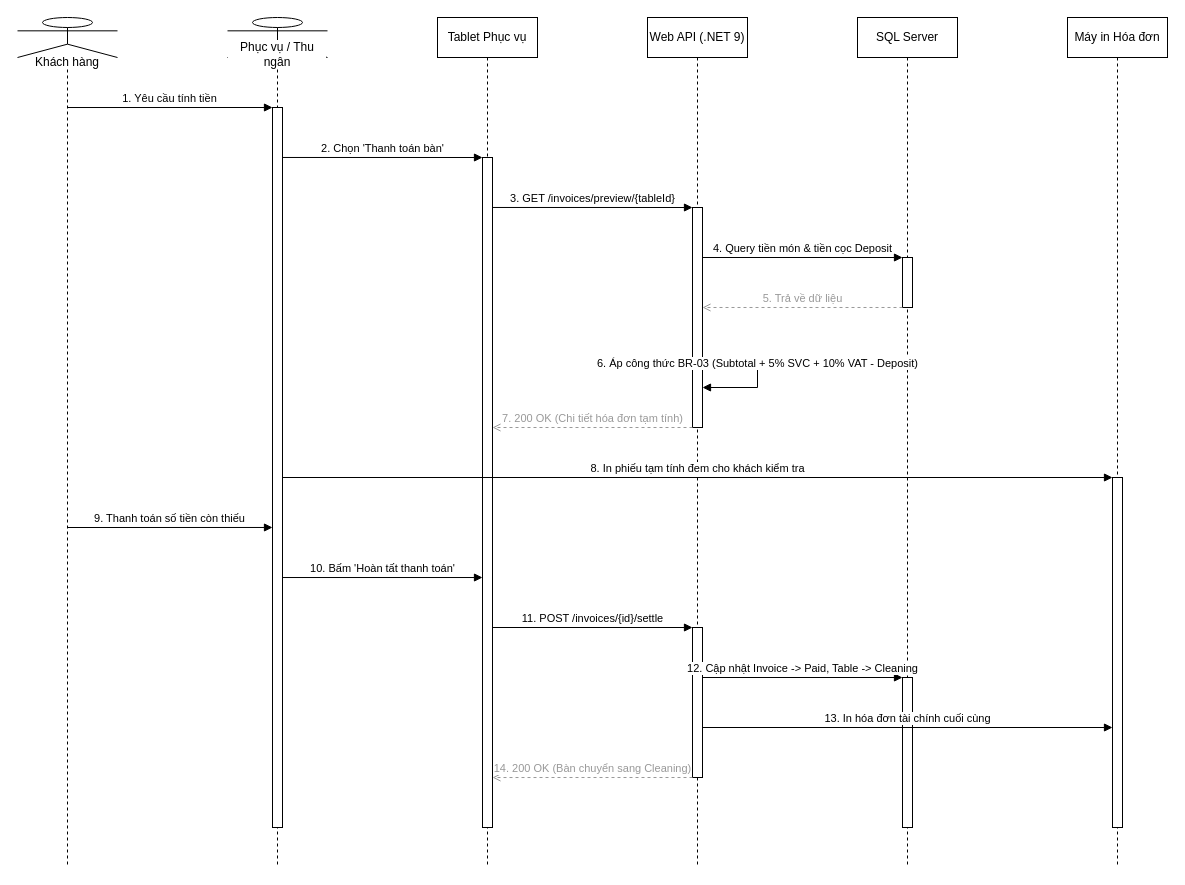
The draw.io diagram docs/phase1/drawio/sd04_invoice_settlement.drawio in AndrewQng/VinDining, before the edit. Source tidied: cells renumbered, new cells numbered last; positions are measured from the earlier drawing's top-left corner, leaving out a move shared by most shapes. Both pictures are drawn from the tidied source at 100%, with x=0, y=0 at pixel (17, 17).
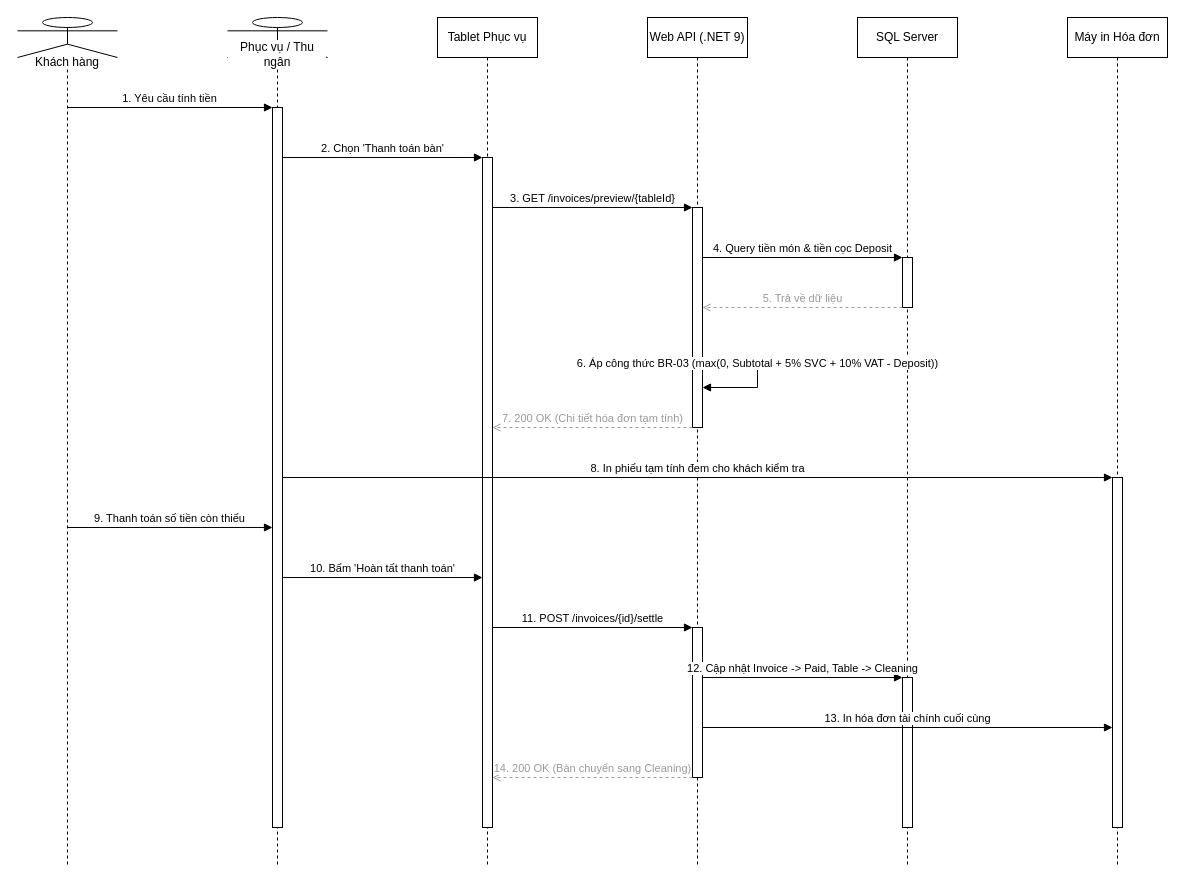
The same page after the edit.

The change refers to these unchanged cells:
```xml
<mxCell id="9" style="html=1;points=[];perimeter=orthogonalPerimeter;outlineConnect=0;fillColor=#ffffff;" parent="5" vertex="1">
  <mxGeometry x="45" y="190" width="10" height="220" as="geometry" />
</mxCell>
```

The edit, as a diff of the source:
```diff
@@
-    <mxCell id="20" value="6. Áp công thức BR-03 (Subtotal + 5% SVC + 10% VAT - Deposit)" style="html=1;verticalAlign=bottom;endArrow=block;curved=0;rounded=0;exitX=1;exitY=0.6818;entryX=1;entryY=0.8182;" parent="1" edge="1" source="9" target="9">
+    <mxCell id="20" value="6. Áp công thức BR-03 (max(0, Subtotal + 5% SVC + 10% VAT - Deposit))" style="html=1;verticalAlign=bottom;endArrow=block;curved=0;rounded=0;exitX=1;exitY=0.6818;entryX=1;entryY=0.8182;" parent="1" edge="1" source="9" target="9">
       <mxGeometry relative="1" as="geometry">
         <Array as="points">
           <mxPoint x="740" y="340" />
           <mxPoint x="740" y="370" />
         </Array>
       </mxGeometry>
     </mxCell>
```
